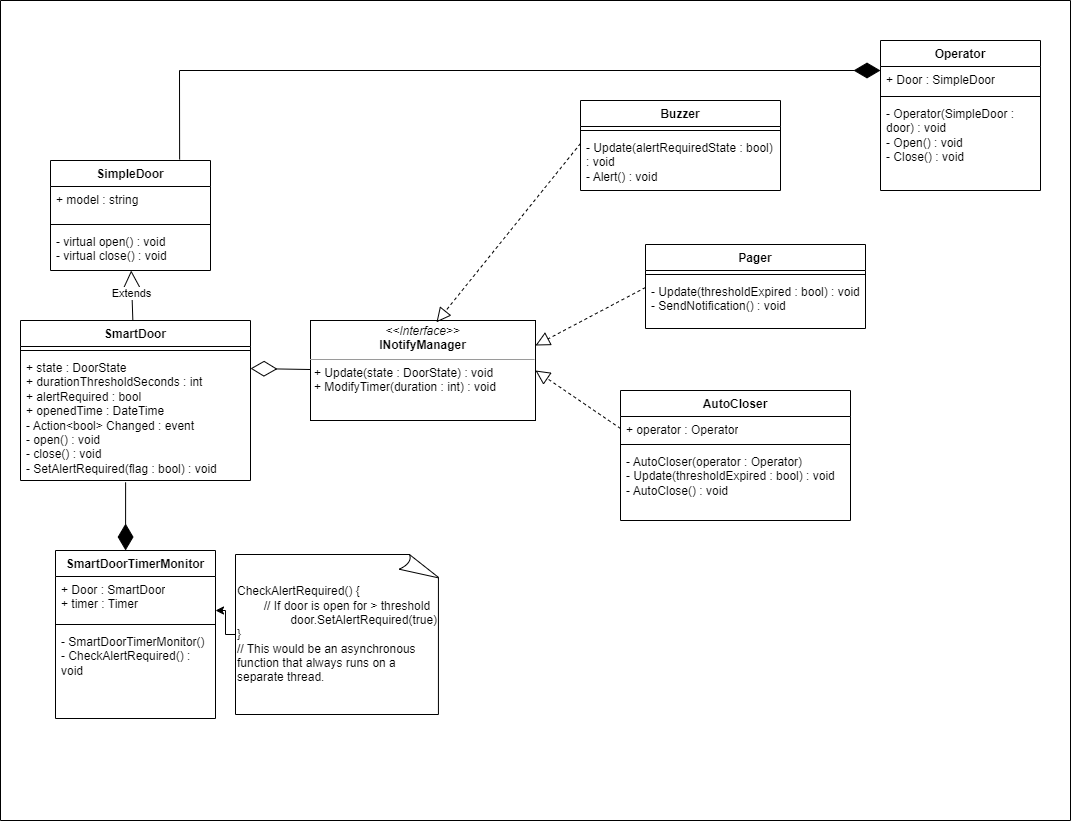
This is DoorSimulatorPrototype - After/DoorPrototypeAfter.png from elementalneil/freshers-bootcamp-2024, a draw.io export, as it was before one commit. Source tidied: cells renumbered, new cells last; positions are measured from the earlier drawing's top-left corner, leaving out a move shared by most shapes.
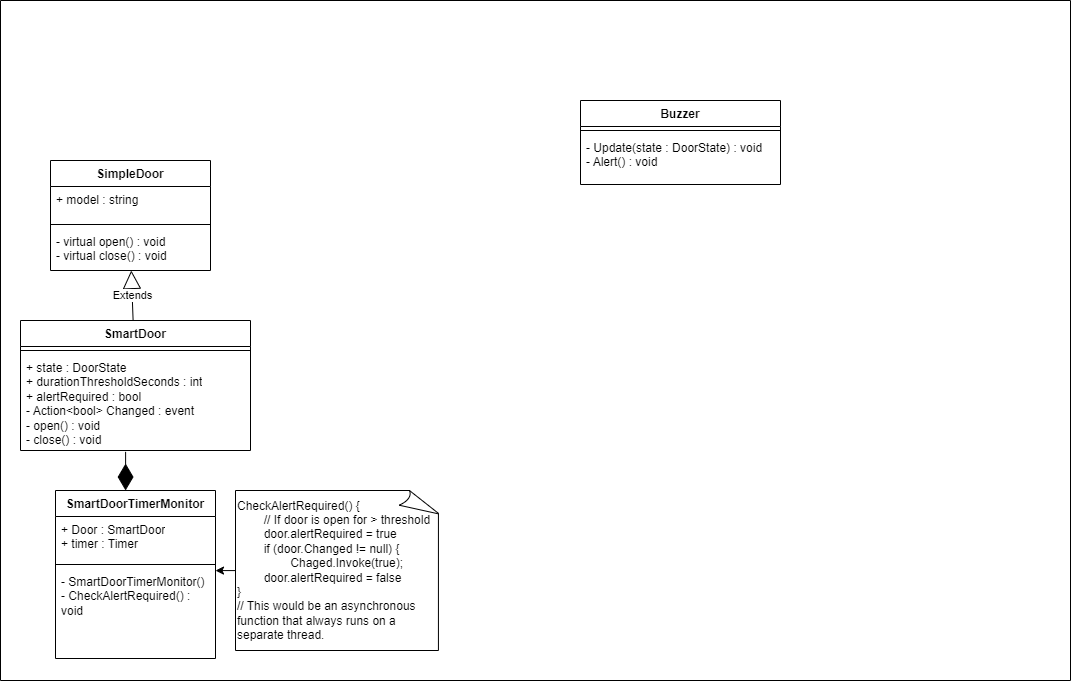
The same diagram one commit later.

Commit message:
Updated UML Diagram

The edit, as a diff of the source:
```diff
@@ -2,132 +2,64 @@
   <root>
     <mxCell id="0" />
     <mxCell id="1" parent="0" />
-    <mxCell id="2" value="&lt;p style=&quot;margin:0px;margin-top:4px;text-align:center;&quot;&gt;&lt;i&gt;&amp;lt;&amp;lt;Interface&amp;gt;&amp;gt;&lt;/i&gt;&lt;br&gt;&lt;b&gt;INotifyManager&lt;/b&gt;&lt;/p&gt;&lt;hr size=&quot;1&quot;&gt;&lt;p style=&quot;margin:0px;margin-left:4px;&quot;&gt;&lt;/p&gt;&lt;p style=&quot;margin:0px;margin-left:4px;&quot;&gt;&lt;span style=&quot;background-color: initial;&quot;&gt;+ Update(state : DoorState) : void&lt;/span&gt;&lt;br&gt;&lt;/p&gt;&lt;p style=&quot;margin:0px;margin-left:4px;&quot;&gt;+ ModifyTimer(duration : int) : void&lt;br&gt;&lt;/p&gt;" style="verticalAlign=top;align=left;overflow=fill;fontSize=12;fontFamily=Helvetica;html=1;whiteSpace=wrap;" parent="1" vertex="1">
-      <mxGeometry x="310" y="320" width="225" height="100" as="geometry" />
+    <mxCell id="2" style="swimlane;startSize=0;direction=south;" parent="1" vertex="1">
+      <mxGeometry x="310" y="320" width="1070" height="680" as="geometry" />
     </mxCell>
-    <mxCell id="3" style="endArrow=diamondThin;endFill=0;endSize=24;html=1;rounded=0;entryX=1;entryY=0.5;entryDx=0;entryDy=0;exitX=-0.002;exitY=0.49;exitDx=0;exitDy=0;exitPerimeter=0;" parent="1" edge="1" source="2">
-      <mxGeometry relative="1" as="geometry">
-        <mxPoint x="250" y="368" as="targetPoint" />
-      </mxGeometry>
+    <mxCell id="3" value="Buzzer" style="swimlane;fontStyle=1;align=center;verticalAlign=top;horizontal=1;startSize=26;whiteSpace=wrap;html=1;" parent="2" vertex="1">
+      <mxGeometry x="580" y="100" width="200" height="84" as="geometry" />
     </mxCell>
-    <mxCell id="4" value="Pager" style="swimlane;fontStyle=1;align=center;verticalAlign=top;horizontal=1;startSize=26;whiteSpace=wrap;html=1;" parent="1" vertex="1">
-      <mxGeometry x="645" y="244" width="220" height="84" as="geometry" />
+    <mxCell id="4" style="line;strokeWidth=1;fillColor=none;align=left;verticalAlign=middle;spacingTop=-1;spacingLeft=3;spacingRight=3;labelPosition=right;strokeColor=inherit;" parent="3" vertex="1">
+      <mxGeometry y="26" width="200" height="8" as="geometry" />
     </mxCell>
-    <mxCell id="5" style="line;strokeWidth=1;fillColor=none;align=left;verticalAlign=middle;spacingTop=-1;spacingLeft=3;spacingRight=3;labelPosition=right;strokeColor=inherit;" parent="4" vertex="1">
-      <mxGeometry y="26" width="220" height="8" as="geometry" />
+    <mxCell id="5" value="- Update(state : DoorState) : void&lt;br&gt;- Alert() : void" style="text;strokeColor=none;fillColor=none;align=left;verticalAlign=top;spacingLeft=4;spacingRight=4;overflow=hidden;whiteSpace=wrap;html=1;" parent="3" vertex="1">
+      <mxGeometry y="34" width="200" height="50" as="geometry" />
     </mxCell>
-    <mxCell id="6" value="- Update(thresholdExpired : bool) : void&lt;br&gt;- SendNotification() : void" style="text;strokeColor=none;fillColor=none;align=left;verticalAlign=top;spacingLeft=4;spacingRight=4;overflow=hidden;points=[[0,0.5],[1,0.5]];portConstraint=eastwest;whiteSpace=wrap;html=1;" parent="4" vertex="1">
-      <mxGeometry y="34" width="220" height="50" as="geometry" />
+    <mxCell id="6" value="SmartDoorTimerMonitor" style="swimlane;fontStyle=1;align=center;verticalAlign=top;horizontal=1;startSize=26;whiteSpace=wrap;html=1;" parent="2" vertex="1">
+      <mxGeometry x="55" y="490" width="160" height="168" as="geometry" />
     </mxCell>
-    <mxCell id="7" value="AutoCloser" style="swimlane;fontStyle=1;align=center;verticalAlign=top;horizontal=1;startSize=26;whiteSpace=wrap;html=1;" parent="1" vertex="1">
-      <mxGeometry x="620" y="390" width="230" height="130" as="geometry" />
+    <mxCell id="7" value="+ Door : SmartDoor&lt;br&gt;+ timer : Timer" style="text;strokeColor=none;fillColor=none;align=left;verticalAlign=top;spacingLeft=4;spacingRight=4;overflow=hidden;whiteSpace=wrap;html=1;" parent="6" vertex="1">
+      <mxGeometry y="26" width="160" height="44" as="geometry" />
     </mxCell>
-    <mxCell id="8" value="+ operator : Operator" style="text;strokeColor=none;fillColor=none;align=left;verticalAlign=top;spacingLeft=4;spacingRight=4;overflow=hidden;points=[[0,0.5],[1,0.5]];portConstraint=eastwest;whiteSpace=wrap;html=1;" parent="7" vertex="1">
-      <mxGeometry y="26" width="230" height="24" as="geometry" />
+    <mxCell id="8" style="line;strokeWidth=1;fillColor=none;align=left;verticalAlign=middle;spacingTop=-1;spacingLeft=3;spacingRight=3;labelPosition=right;points=[];portConstraint=eastwest;strokeColor=inherit;" parent="6" vertex="1">
+      <mxGeometry y="70" width="160" height="8" as="geometry" />
     </mxCell>
-    <mxCell id="9" style="line;strokeWidth=1;fillColor=none;align=left;verticalAlign=middle;spacingTop=-1;spacingLeft=3;spacingRight=3;labelPosition=right;strokeColor=inherit;" parent="7" vertex="1">
-      <mxGeometry y="50" width="230" height="8" as="geometry" />
+    <mxCell id="9" value="- SmartDoorTimerMonitor()&lt;br&gt;- CheckAlertRequired() : void" style="text;strokeColor=none;fillColor=none;align=left;verticalAlign=top;spacingLeft=4;spacingRight=4;overflow=hidden;whiteSpace=wrap;html=1;" parent="6" vertex="1">
+      <mxGeometry y="78" width="160" height="90" as="geometry" />
     </mxCell>
-    <mxCell id="10" value="- AutoCloser(operator : Operator)&lt;br&gt;- Update(thresholdExpired : bool) : void&lt;br&gt;- AutoClose() : void" style="text;strokeColor=none;fillColor=none;align=left;verticalAlign=top;spacingLeft=4;spacingRight=4;overflow=hidden;points=[[0,0.5],[1,0.5]];portConstraint=eastwest;whiteSpace=wrap;html=1;" parent="7" vertex="1">
-      <mxGeometry y="58" width="230" height="72" as="geometry" />
+    <mxCell id="10" value="CheckAlertRequired() {&lt;br&gt;&lt;span style=&quot;white-space: pre;&quot;&gt;&#9;&lt;/span&gt;// If door is open for &amp;gt; threshold&lt;br&gt;&lt;span style=&quot;white-space: pre;&quot;&gt;&#9;&lt;/span&gt;door.alertRequired = true&lt;br&gt;&lt;span style=&quot;white-space: pre;&quot;&gt;&#9;&lt;/span&gt;if (door.Changed != null) {&lt;br&gt;&lt;span style=&quot;white-space: pre;&quot;&gt;&#9;&lt;/span&gt;&lt;span style=&quot;white-space: pre;&quot;&gt;&#9;&lt;/span&gt;Chaged.Invoke(true);&lt;br&gt;&lt;span style=&quot;white-space: pre;&quot;&gt;&#9;&lt;/span&gt;door.alertRequired = false&lt;br&gt;}&lt;br&gt;// This would be an asynchronous function that always runs on a separate thread." style="whiteSpace=wrap;html=1;shape=mxgraph.basic.document;align=left;" parent="2" vertex="1">
+      <mxGeometry x="235" y="490" width="205" height="160" as="geometry" />
     </mxCell>
-    <mxCell id="11" style="endArrow=block;dashed=1;endFill=0;endSize=12;html=1;rounded=0;exitX=0;exitY=0.5;exitDx=0;exitDy=0;entryX=0.56;entryY=0.018;entryDx=0;entryDy=0;entryPerimeter=0;" parent="1" edge="1" target="2">
+    <mxCell id="11" style="edgeStyle=orthogonalEdgeStyle;rounded=0;jettySize=auto;html=1;" parent="2" edge="1" source="10">
       <mxGeometry relative="1" as="geometry">
-        <mxPoint x="580" y="143" as="sourcePoint" />
+        <mxPoint x="215" y="570" as="targetPoint" />
       </mxGeometry>
     </mxCell>
-    <mxCell id="12" style="endArrow=block;dashed=1;endFill=0;endSize=12;html=1;rounded=0;exitX=0;exitY=0.5;exitDx=0;exitDy=0;entryX=1;entryY=0.25;entryDx=0;entryDy=0;" parent="1" edge="1" target="2">
-      <mxGeometry relative="1" as="geometry">
-        <mxPoint x="645" y="287" as="sourcePoint" />
-      </mxGeometry>
+    <mxCell id="12" value="SmartDoor&lt;br&gt;" style="swimlane;fontStyle=1;align=center;verticalAlign=top;horizontal=1;startSize=26;whiteSpace=wrap;html=1;" parent="2" vertex="1">
+      <mxGeometry x="20" y="320" width="230" height="130" as="geometry" />
     </mxCell>
-    <mxCell id="13" style="endArrow=block;dashed=1;endFill=0;endSize=12;html=1;rounded=0;exitX=0;exitY=0.5;exitDx=0;exitDy=0;entryX=1;entryY=0.5;entryDx=0;entryDy=0;" parent="1" edge="1" source="8" target="2">
-      <mxGeometry relative="1" as="geometry" />
+    <mxCell id="13" style="line;strokeWidth=1;fillColor=none;align=left;verticalAlign=middle;spacingTop=-1;spacingLeft=3;spacingRight=3;labelPosition=right;strokeColor=inherit;" parent="12" vertex="1">
+      <mxGeometry y="26" width="230" height="8" as="geometry" />
     </mxCell>
-    <mxCell id="14" value="Operator" style="swimlane;fontStyle=1;align=center;verticalAlign=top;horizontal=1;startSize=26;whiteSpace=wrap;html=1;" parent="1" vertex="1">
-      <mxGeometry x="880" y="40" width="160" height="150" as="geometry" />
+    <mxCell id="14" value="+ state : DoorState&lt;br&gt;+ durationThresholdSeconds : int&lt;br style=&quot;border-color: var(--border-color);&quot;&gt;+ alertRequired : bool&lt;br&gt;- Action&amp;lt;bool&amp;gt; Changed : event&lt;br&gt;- open() : void&lt;br&gt;- close() : void" style="text;strokeColor=none;fillColor=none;align=left;verticalAlign=top;spacingLeft=4;spacingRight=4;overflow=hidden;points=[[0,0.5],[1,0.5]];portConstraint=eastwest;whiteSpace=wrap;html=1;" parent="12" vertex="1">
+      <mxGeometry y="34" width="230" height="96" as="geometry" />
     </mxCell>
-    <mxCell id="15" value="+ Door : SimpleDoor" style="text;strokeColor=none;fillColor=none;align=left;verticalAlign=top;spacingLeft=4;spacingRight=4;overflow=hidden;whiteSpace=wrap;html=1;" parent="14" vertex="1">
-      <mxGeometry y="26" width="160" height="26" as="geometry" />
+    <mxCell id="15" style="endArrow=diamondThin;endFill=1;endSize=24;html=1;rounded=0;exitX=0.457;exitY=1.014;exitDx=0;exitDy=0;exitPerimeter=0;entryX=0.438;entryY=0;entryDx=0;entryDy=0;entryPerimeter=0;" parent="2" edge="1" source="14" target="6">
+      <mxGeometry relative="1" as="geometry" />
     </mxCell>
-    <mxCell id="16" style="line;strokeWidth=1;fillColor=none;align=left;verticalAlign=middle;spacingTop=-1;spacingLeft=3;spacingRight=3;labelPosition=right;strokeColor=inherit;" parent="14" vertex="1">
-      <mxGeometry y="52" width="160" height="8" as="geometry" />
+    <mxCell id="16" value="SimpleDoor" style="swimlane;fontStyle=1;align=center;verticalAlign=top;horizontal=1;startSize=26;whiteSpace=wrap;html=1;" parent="2" vertex="1">
+      <mxGeometry x="50" y="160" width="160" height="110" as="geometry" />
     </mxCell>
-    <mxCell id="17" value="- Operator(SimpleDoor : door) : void&lt;br&gt;- Open() : void&lt;br&gt;- Close() : void" style="text;strokeColor=none;fillColor=none;align=left;verticalAlign=top;spacingLeft=4;spacingRight=4;overflow=hidden;whiteSpace=wrap;html=1;" parent="14" vertex="1">
-      <mxGeometry y="60" width="160" height="90" as="geometry" />
+    <mxCell id="17" value="+ model : string" style="text;strokeColor=none;fillColor=none;align=left;verticalAlign=top;spacingLeft=4;spacingRight=4;overflow=hidden;whiteSpace=wrap;html=1;" parent="16" vertex="1">
+      <mxGeometry y="26" width="160" height="34" as="geometry" />
     </mxCell>
-    <mxCell id="18" style="swimlane;startSize=0;direction=south;" parent="1" vertex="1">
-      <mxGeometry width="1070" height="820" as="geometry" />
+    <mxCell id="18" style="line;strokeWidth=1;fillColor=none;align=left;verticalAlign=middle;spacingTop=-1;spacingLeft=3;spacingRight=3;labelPosition=right;strokeColor=inherit;" parent="16" vertex="1">
+      <mxGeometry y="60" width="160" height="8" as="geometry" />
     </mxCell>
-    <mxCell id="19" value="Buzzer" style="swimlane;fontStyle=1;align=center;verticalAlign=top;horizontal=1;startSize=26;whiteSpace=wrap;html=1;" parent="18" vertex="1">
-      <mxGeometry x="580" y="100" width="200" height="90" as="geometry" />
+    <mxCell id="19" value="- virtual open() : void&lt;br&gt;- virtual close() : void" style="text;strokeColor=none;fillColor=none;align=left;verticalAlign=top;spacingLeft=4;spacingRight=4;overflow=hidden;points=[[0,0.5],[1,0.5]];portConstraint=eastwest;whiteSpace=wrap;html=1;" parent="16" vertex="1">
+      <mxGeometry y="68" width="160" height="42" as="geometry" />
     </mxCell>
-    <mxCell id="20" style="line;strokeWidth=1;fillColor=none;align=left;verticalAlign=middle;spacingTop=-1;spacingLeft=3;spacingRight=3;labelPosition=right;strokeColor=inherit;" parent="19" vertex="1">
-      <mxGeometry y="26" width="200" height="8" as="geometry" />
+    <mxCell id="20" value="Extends" style="endArrow=block;endSize=16;endFill=0;html=1;rounded=0;" parent="2" edge="1" source="12" target="19">
+      <mxGeometry relative="1" as="geometry" />
     </mxCell>
-    <mxCell id="21" value="- Update(alertRequiredState : bool) : void&lt;br&gt;- Alert() : void" style="text;strokeColor=none;fillColor=none;align=left;verticalAlign=top;spacingLeft=4;spacingRight=4;overflow=hidden;whiteSpace=wrap;html=1;" parent="19" vertex="1">
-      <mxGeometry y="34" width="200" height="56" as="geometry" />
-    </mxCell>
-    <mxCell id="22" value="SmartDoorTimerMonitor" style="swimlane;fontStyle=1;align=center;verticalAlign=top;horizontal=1;startSize=26;whiteSpace=wrap;html=1;" parent="18" vertex="1">
-      <mxGeometry x="55" y="550" width="160" height="168" as="geometry" />
-    </mxCell>
-    <mxCell id="23" value="+ Door : SmartDoor&lt;br&gt;+ timer : Timer" style="text;strokeColor=none;fillColor=none;align=left;verticalAlign=top;spacingLeft=4;spacingRight=4;overflow=hidden;whiteSpace=wrap;html=1;" parent="22" vertex="1">
-      <mxGeometry y="26" width="160" height="44" as="geometry" />
-    </mxCell>
-    <mxCell id="24" style="line;strokeWidth=1;fillColor=none;align=left;verticalAlign=middle;spacingTop=-1;spacingLeft=3;spacingRight=3;labelPosition=right;strokeColor=inherit;" parent="22" vertex="1">
-      <mxGeometry y="70" width="160" height="8" as="geometry" />
-    </mxCell>
-    <mxCell id="25" value="- SmartDoorTimerMonitor()&lt;br&gt;- CheckAlertRequired() : void" style="text;strokeColor=none;fillColor=none;align=left;verticalAlign=top;spacingLeft=4;spacingRight=4;overflow=hidden;whiteSpace=wrap;html=1;" parent="22" vertex="1">
-      <mxGeometry y="78" width="160" height="90" as="geometry" />
-    </mxCell>
-    <mxCell id="26" value="CheckAlertRequired() {&lt;br&gt;&lt;span style=&quot;white-space: pre;&quot;&gt;&#9;&lt;/span&gt;// If door is open for &amp;gt; threshold&lt;br&gt;&lt;span style=&quot;white-space: pre;&quot;&gt;&#9;&lt;span style=&quot;white-space: pre;&quot;&gt;&#9;&lt;/span&gt;door.&lt;/span&gt;SetAlertRequired(true)&lt;br&gt;}&lt;br&gt;// This would be an asynchronous function that always runs on a separate thread." style="whiteSpace=wrap;html=1;shape=mxgraph.basic.document;align=left;" parent="18" vertex="1">
-      <mxGeometry x="235" y="554" width="205" height="160" as="geometry" />
-    </mxCell>
-    <mxCell id="27" style="edgeStyle=orthogonalEdgeStyle;rounded=0;jettySize=auto;html=1;" parent="18" edge="1" source="26">
-      <mxGeometry relative="1" as="geometry">
-        <mxPoint x="215" y="610" as="targetPoint" />
-        <Array as="points">
-          <mxPoint x="225" y="634" />
-          <mxPoint x="225" y="610" />
-        </Array>
-      </mxGeometry>
-    </mxCell>
-    <mxCell id="28" value="SmartDoor&lt;br&gt;" style="swimlane;fontStyle=1;align=center;verticalAlign=top;horizontal=1;startSize=26;whiteSpace=wrap;html=1;" parent="18" vertex="1">
-      <mxGeometry x="20" y="320" width="230" height="160" as="geometry" />
-    </mxCell>
-    <mxCell id="29" style="line;strokeWidth=1;fillColor=none;align=left;verticalAlign=middle;spacingTop=-1;spacingLeft=3;spacingRight=3;labelPosition=right;strokeColor=inherit;" parent="28" vertex="1">
-      <mxGeometry y="26" width="230" height="8" as="geometry" />
-    </mxCell>
-    <mxCell id="30" value="+ state : DoorState&lt;br&gt;+ durationThresholdSeconds : int&lt;br style=&quot;border-color: var(--border-color);&quot;&gt;+ alertRequired : bool&lt;br&gt;+ openedTime : DateTime&lt;br&gt;- Action&amp;lt;bool&amp;gt; Changed : event&lt;br&gt;- open() : void&lt;br&gt;- close() : void&lt;br&gt;- SetAlertRequired(flag : bool) : void" style="text;strokeColor=none;fillColor=none;align=left;verticalAlign=top;spacingLeft=4;spacingRight=4;overflow=hidden;points=[[0,0.5],[1,0.5]];portConstraint=eastwest;whiteSpace=wrap;html=1;" parent="28" vertex="1">
-      <mxGeometry y="34" width="230" height="126" as="geometry" />
-    </mxCell>
-    <mxCell id="31" style="endArrow=diamondThin;endFill=1;endSize=24;html=1;rounded=0;exitX=0.457;exitY=1.014;exitDx=0;exitDy=0;exitPerimeter=0;entryX=0.438;entryY=0;entryDx=0;entryDy=0;entryPerimeter=0;" parent="18" edge="1" source="30" target="22">
-      <mxGeometry relative="1" as="geometry" />
-    </mxCell>
-    <mxCell id="32" value="SimpleDoor" style="swimlane;fontStyle=1;align=center;verticalAlign=top;horizontal=1;startSize=26;whiteSpace=wrap;html=1;" parent="18" vertex="1">
-      <mxGeometry x="50" y="160" width="160" height="110" as="geometry" />
-    </mxCell>
-    <mxCell id="33" value="+ model : string" style="text;strokeColor=none;fillColor=none;align=left;verticalAlign=top;spacingLeft=4;spacingRight=4;overflow=hidden;whiteSpace=wrap;html=1;" parent="32" vertex="1">
-      <mxGeometry y="26" width="160" height="34" as="geometry" />
-    </mxCell>
-    <mxCell id="34" style="line;strokeWidth=1;fillColor=none;align=left;verticalAlign=middle;spacingTop=-1;spacingLeft=3;spacingRight=3;labelPosition=right;strokeColor=inherit;" parent="32" vertex="1">
-      <mxGeometry y="60" width="160" height="8" as="geometry" />
-    </mxCell>
-    <mxCell id="35" value="- virtual open() : void&lt;br&gt;- virtual close() : void" style="text;strokeColor=none;fillColor=none;align=left;verticalAlign=top;spacingLeft=4;spacingRight=4;overflow=hidden;points=[[0,0.5],[1,0.5]];portConstraint=eastwest;whiteSpace=wrap;html=1;" parent="32" vertex="1">
-      <mxGeometry y="68" width="160" height="42" as="geometry" />
-    </mxCell>
-    <mxCell id="36" value="Extends" style="endArrow=block;endSize=16;endFill=0;html=1;rounded=0;" parent="18" edge="1" source="28" target="35">
-      <mxGeometry relative="1" as="geometry" />
-    </mxCell>
-    <mxCell id="37" style="endArrow=diamondThin;endFill=1;endSize=24;html=1;rounded=0;edgeStyle=orthogonalEdgeStyle;exitX=0.807;exitY=-0.009;exitDx=0;exitDy=0;exitPerimeter=0;" parent="1" edge="1" source="32">
-      <mxGeometry relative="1" as="geometry">
-        <mxPoint x="880" y="70" as="targetPoint" />
-        <Array as="points">
-          <mxPoint x="179" y="157" />
-          <mxPoint x="179" y="157" />
-          <mxPoint x="179" y="70" />
-        </Array>
-      </mxGeometry>
-    </mxCell>
   </root>
 </mxGraphModel>
```
